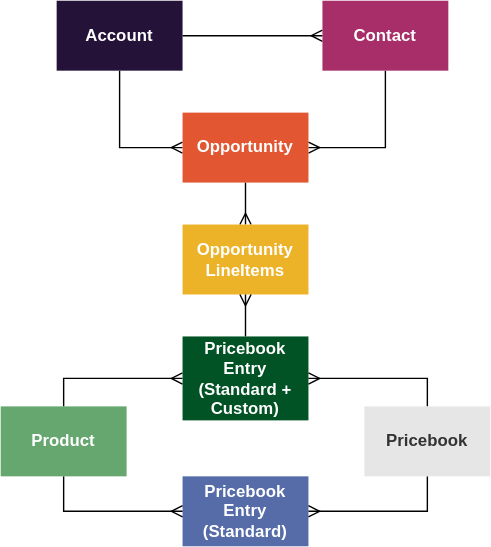
hwconsult/hwconsult.github.io keeps this draw.io diagram as hwToolkit/resources/apexTestData-Relations-1.svg. Above is the earlier version. Source tidied: cells renumbered, new cells last; positions are measured from the earlier drawing's top-left corner, leaving out a move shared by most shapes.
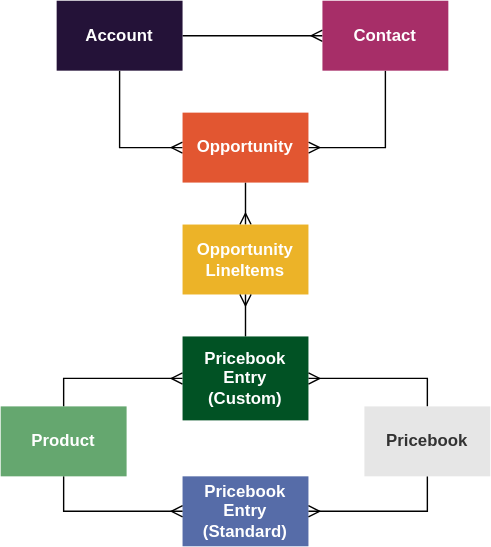
After the commit.

Change to the diagram source:
```diff
@@ -41,7 +41,7 @@
     <mxCell id="14" style="edgeStyle=orthogonalEdgeStyle;rounded=0;jettySize=auto;html=1;startArrow=none;startFill=0;endArrow=ERmany;endFill=0;fontColor=#333333;" parent="1" edge="1" source="15" target="9">
       <mxGeometry relative="1" as="geometry" />
     </mxCell>
-    <mxCell id="15" value="&lt;b&gt;Pricebook Entry &lt;br&gt;(Standard + Custom)&lt;/b&gt;" style="rounded=0;whiteSpace=wrap;html=1;fillColor=#015224;fontColor=#FFFFFF;strokeColor=none;" parent="1" vertex="1">
+    <mxCell id="15" value="&lt;b&gt;Pricebook Entry &lt;br&gt;(Custom)&lt;/b&gt;" style="rounded=0;whiteSpace=wrap;html=1;fillColor=#015224;fontColor=#FFFFFF;strokeColor=none;" parent="1" vertex="1">
       <mxGeometry x="130" y="240" width="90" height="60" as="geometry" />
     </mxCell>
     <mxCell id="16" style="edgeStyle=orthogonalEdgeStyle;rounded=0;jettySize=auto;html=1;entryX=1;entryY=0.5;entryDx=0;entryDy=0;startArrow=none;startFill=0;endArrow=ERmany;endFill=0;fontColor=#333333;exitX=0.5;exitY=1;exitDx=0;exitDy=0;" parent="1" edge="1" source="18" target="10">
```
